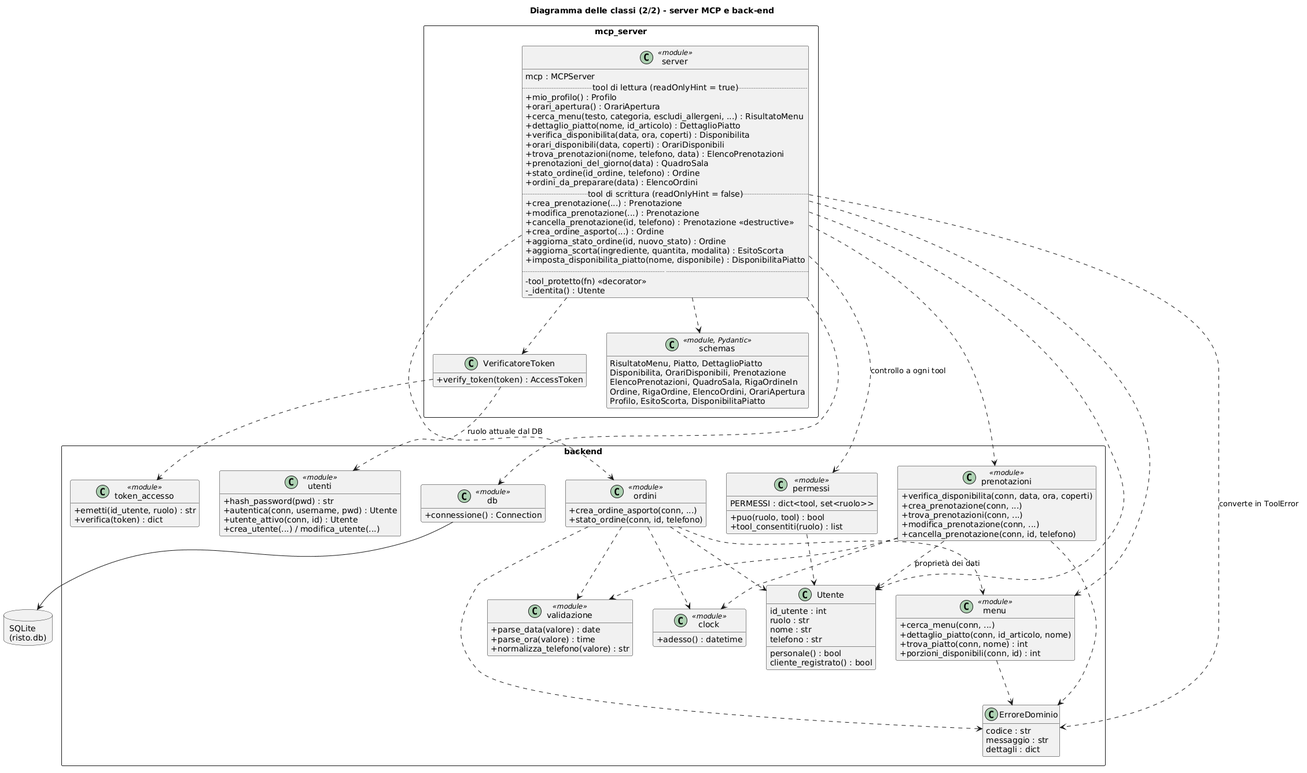
The PlantUML diagram docs/diagrammi/classi_server.png in Gabrymarg/Gabrymarg-AI-MCP, before a commit.
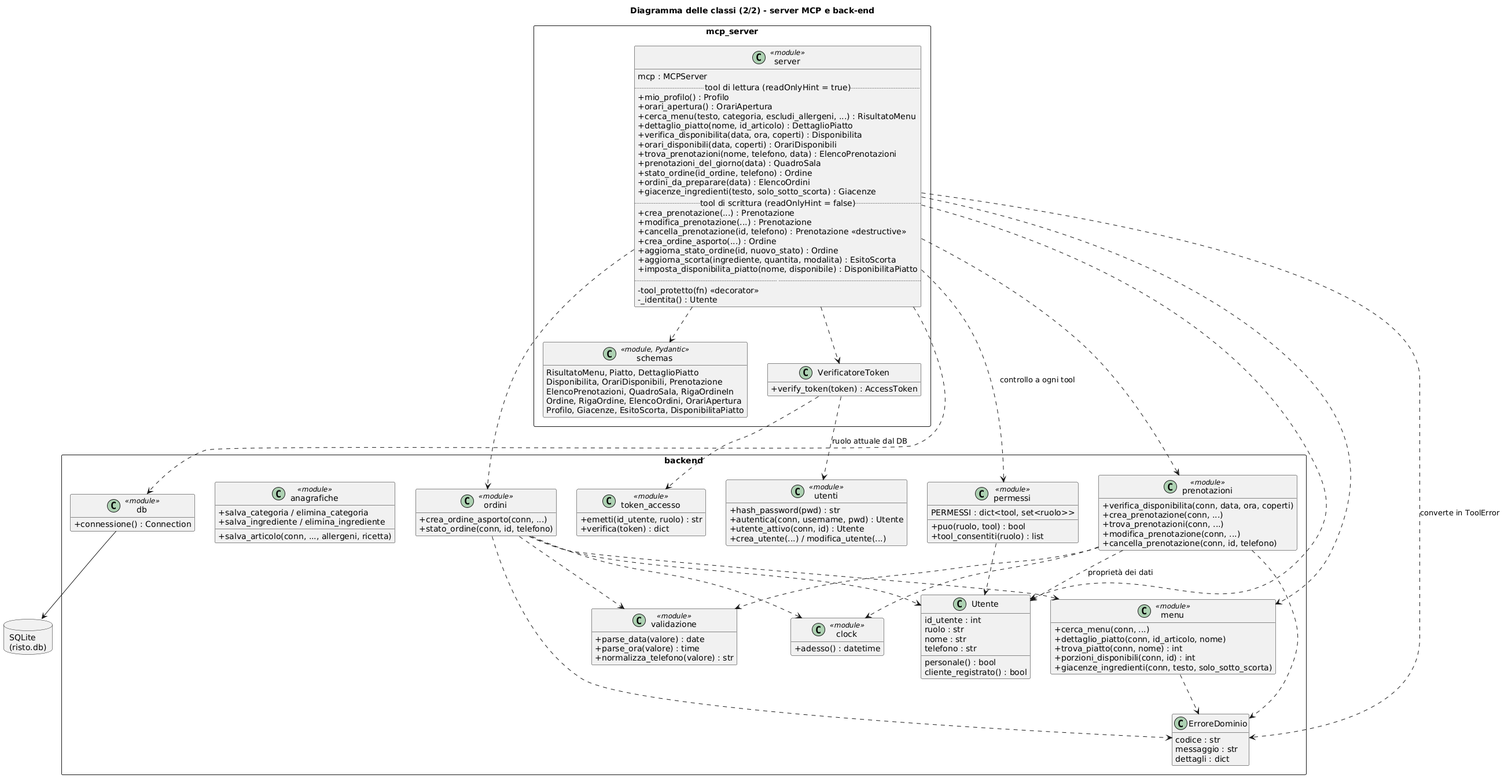
The same file after the commit.

Diff of the diagram source:
```diff
@@ -19,6 +19,7 @@
     + prenotazioni_del_giorno(data) : QuadroSala
     + stato_ordine(id_ordine, telefono) : Ordine
     + ordini_da_preparare(data) : ElencoOrdini
+    + giacenze_ingredienti(testo, solo_sotto_scorta) : Giacenze
     .. tool di scrittura (readOnlyHint = false) ..
     + crea_prenotazione(...) : Prenotazione
     + modifica_prenotazione(...) : Prenotazione
@@ -39,7 +40,7 @@
     Disponibilita, OrariDisponibili, Prenotazione
     ElencoPrenotazioni, QuadroSala, RigaOrdineIn
     Ordine, RigaOrdine, ElencoOrdini, OrariApertura
-    Profilo, EsitoScorta, DisponibilitaPiatto
+    Profilo, Giacenze, EsitoScorta, DisponibilitaPiatto
   }
 }
 
@@ -56,6 +57,12 @@
     + dettaglio_piatto(conn, id_articolo, nome)
     + trova_piatto(conn, nome) : int
     + porzioni_disponibili(conn, id) : int
+    + giacenze_ingredienti(conn, testo, solo_sotto_scorta)
+  }
+  class anagrafiche <<module>> {
+    + salva_categoria / elimina_categoria
+    + salva_ingrediente / elimina_ingrediente
+    + salva_articolo(conn, ..., allergeni, ricetta)
   }
   class ordini <<module>> {
     + crea_ordine_asporto(conn, ...)
```
